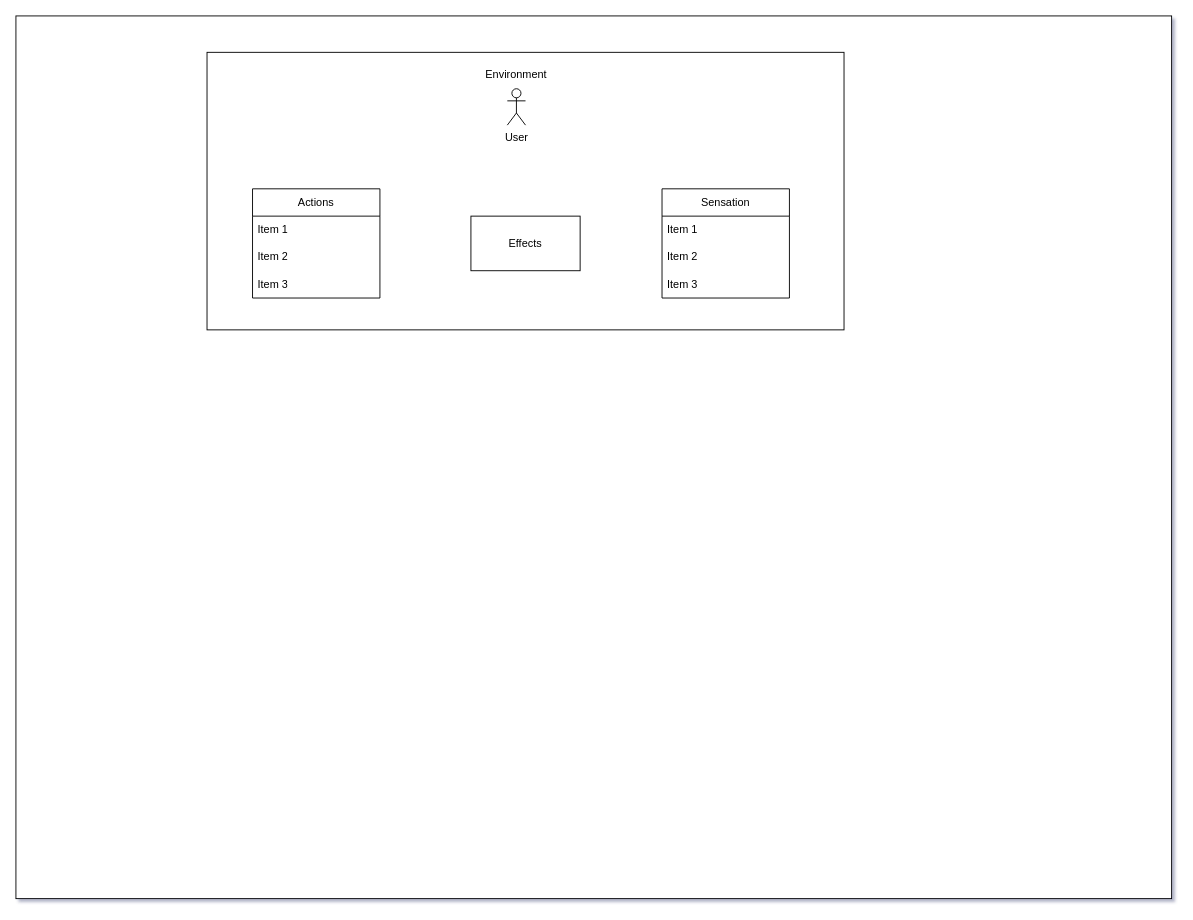
Earlier version of the draw.io diagram Диаграмма без названия.drawio (EmelyanovAlexey/Artificial_intelligence). Source tidied: cells renumbered, new cells numbered last; positions are measured from the earlier drawing's top-left corner, leaving out a move shared by most shapes. Both pictures are drawn from the tidied source at 91%, with x=0, y=0 at pixel (15, 15).
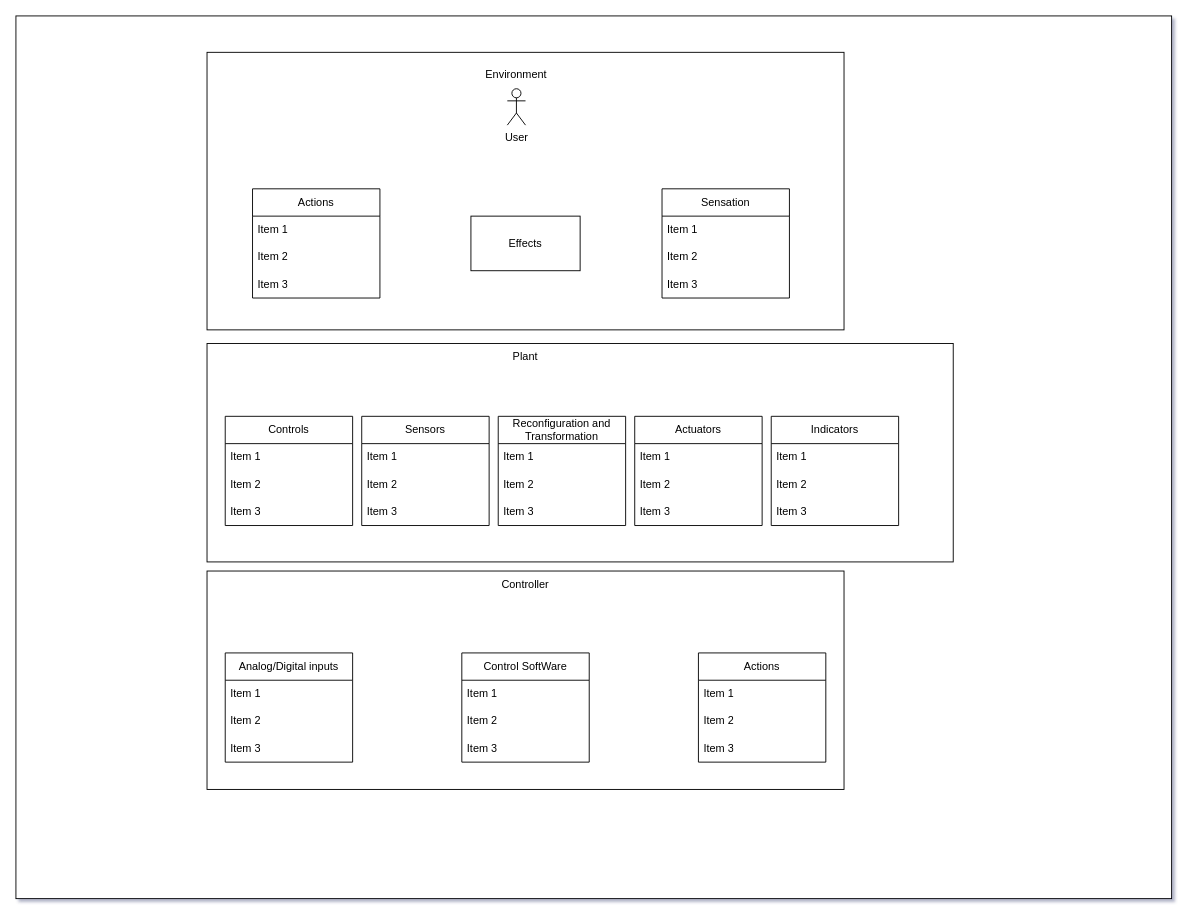
The same page after the edit.

What changed in the source:
```diff
@@
+    <mxCell id="15" style="rounded=0;whiteSpace=wrap;html=1;" parent="1" vertex="1">
+      <mxGeometry x="210" y="360" width="820" height="240" as="geometry" />
+    </mxCell>
+    <mxCell id="16" style="rounded=0;whiteSpace=wrap;html=1;" parent="1" vertex="1">
+      <mxGeometry x="210" y="610" width="700" height="240" as="geometry" />
+    </mxCell>
+    <mxCell id="17" value="Plant" style="text;html=1;align=center;verticalAlign=middle;whiteSpace=wrap;rounded=0;" parent="1" vertex="1">
+      <mxGeometry x="530" y="360" width="60" height="30" as="geometry" />
+    </mxCell>
+    <mxCell id="18" value="Controller" style="text;html=1;align=center;verticalAlign=middle;whiteSpace=wrap;rounded=0;" parent="1" vertex="1">
+      <mxGeometry x="530" y="610" width="60" height="30" as="geometry" />
+    </mxCell>
+    <mxCell id="19" value="Controls" style="swimlane;fontStyle=0;horizontal=1;startSize=30;whiteSpace=wrap;html=1;" parent="1" vertex="1">
+      <mxGeometry x="230" y="440" width="140" height="120" as="geometry" />
+    </mxCell>
+    <mxCell id="20" value="Item 1" style="text;strokeColor=none;fillColor=none;align=left;verticalAlign=middle;spacingLeft=4;spacingRight=4;overflow=hidden;whiteSpace=wrap;html=1;" parent="19" vertex="1">
+      <mxGeometry y="30" width="140" height="30" as="geometry" />
+    </mxCell>
+    <mxCell id="21" value="Item 2" style="text;strokeColor=none;fillColor=none;align=left;verticalAlign=middle;spacingLeft=4;spacingRight=4;overflow=hidden;whiteSpace=wrap;html=1;" parent="19" vertex="1">
+      <mxGeometry y="60" width="140" height="30" as="geometry" />
+    </mxCell>
+    <mxCell id="22" value="Item 3" style="text;strokeColor=none;fillColor=none;align=left;verticalAlign=middle;spacingLeft=4;spacingRight=4;overflow=hidden;whiteSpace=wrap;html=1;" parent="19" vertex="1">
+      <mxGeometry y="90" width="140" height="30" as="geometry" />
+    </mxCell>
+    <mxCell id="23" value="Sensors" style="swimlane;fontStyle=0;horizontal=1;startSize=30;whiteSpace=wrap;html=1;" parent="1" vertex="1">
+      <mxGeometry x="380" y="440" width="140" height="120" as="geometry" />
+    </mxCell>
+    <mxCell id="24" value="Item 1" style="text;strokeColor=none;fillColor=none;align=left;verticalAlign=middle;spacingLeft=4;spacingRight=4;overflow=hidden;whiteSpace=wrap;html=1;" parent="23" vertex="1">
+      <mxGeometry y="30" width="140" height="30" as="geometry" />
+    </mxCell>
+    <mxCell id="25" value="Item 2" style="text;strokeColor=none;fillColor=none;align=left;verticalAlign=middle;spacingLeft=4;spacingRight=4;overflow=hidden;whiteSpace=wrap;html=1;" parent="23" vertex="1">
+      <mxGeometry y="60" width="140" height="30" as="geometry" />
+    </mxCell>
+    <mxCell id="26" value="Item 3" style="text;strokeColor=none;fillColor=none;align=left;verticalAlign=middle;spacingLeft=4;spacingRight=4;overflow=hidden;whiteSpace=wrap;html=1;" parent="23" vertex="1">
+      <mxGeometry y="90" width="140" height="30" as="geometry" />
+    </mxCell>
+    <mxCell id="27" value="Reconfiguration and&lt;br&gt;Transformation" style="swimlane;fontStyle=0;horizontal=1;startSize=30;whiteSpace=wrap;html=1;" parent="1" vertex="1">
+      <mxGeometry x="530" y="440" width="140" height="120" as="geometry" />
+    </mxCell>
+    <mxCell id="28" value="Item 1" style="text;strokeColor=none;fillColor=none;align=left;verticalAlign=middle;spacingLeft=4;spacingRight=4;overflow=hidden;whiteSpace=wrap;html=1;" parent="27" vertex="1">
+      <mxGeometry y="30" width="140" height="30" as="geometry" />
+    </mxCell>
+    <mxCell id="29" value="Item 2" style="text;strokeColor=none;fillColor=none;align=left;verticalAlign=middle;spacingLeft=4;spacingRight=4;overflow=hidden;whiteSpace=wrap;html=1;" parent="27" vertex="1">
+      <mxGeometry y="60" width="140" height="30" as="geometry" />
+    </mxCell>
+    <mxCell id="30" value="Item 3" style="text;strokeColor=none;fillColor=none;align=left;verticalAlign=middle;spacingLeft=4;spacingRight=4;overflow=hidden;whiteSpace=wrap;html=1;" parent="27" vertex="1">
+      <mxGeometry y="90" width="140" height="30" as="geometry" />
+    </mxCell>
+    <mxCell id="31" value="Actuators" style="swimlane;fontStyle=0;horizontal=1;startSize=30;whiteSpace=wrap;html=1;" parent="1" vertex="1">
+      <mxGeometry x="680" y="440" width="140" height="120" as="geometry" />
+    </mxCell>
+    <mxCell id="32" value="Item 1" style="text;strokeColor=none;fillColor=none;align=left;verticalAlign=middle;spacingLeft=4;spacingRight=4;overflow=hidden;whiteSpace=wrap;html=1;" parent="31" vertex="1">
+      <mxGeometry y="30" width="140" height="30" as="geometry" />
+    </mxCell>
+    <mxCell id="33" value="Item 2" style="text;strokeColor=none;fillColor=none;align=left;verticalAlign=middle;spacingLeft=4;spacingRight=4;overflow=hidden;whiteSpace=wrap;html=1;" parent="31" vertex="1">
+      <mxGeometry y="60" width="140" height="30" as="geometry" />
+    </mxCell>
+    <mxCell id="34" value="Item 3" style="text;strokeColor=none;fillColor=none;align=left;verticalAlign=middle;spacingLeft=4;spacingRight=4;overflow=hidden;whiteSpace=wrap;html=1;" parent="31" vertex="1">
+      <mxGeometry y="90" width="140" height="30" as="geometry" />
+    </mxCell>
+    <mxCell id="35" value="Analog/Digital inputs" style="swimlane;fontStyle=0;horizontal=1;startSize=30;whiteSpace=wrap;html=1;" parent="1" vertex="1">
+      <mxGeometry x="230" y="700" width="140" height="120" as="geometry" />
+    </mxCell>
+    <mxCell id="36" value="Item 1" style="text;strokeColor=none;fillColor=none;align=left;verticalAlign=middle;spacingLeft=4;spacingRight=4;overflow=hidden;whiteSpace=wrap;html=1;" parent="35" vertex="1">
+      <mxGeometry y="30" width="140" height="30" as="geometry" />
+    </mxCell>
+    <mxCell id="37" value="Item 2" style="text;strokeColor=none;fillColor=none;align=left;verticalAlign=middle;spacingLeft=4;spacingRight=4;overflow=hidden;whiteSpace=wrap;html=1;" parent="35" vertex="1">
+      <mxGeometry y="60" width="140" height="30" as="geometry" />
+    </mxCell>
+    <mxCell id="38" value="Item 3" style="text;strokeColor=none;fillColor=none;align=left;verticalAlign=middle;spacingLeft=4;spacingRight=4;overflow=hidden;whiteSpace=wrap;html=1;" parent="35" vertex="1">
+      <mxGeometry y="90" width="140" height="30" as="geometry" />
+    </mxCell>
+    <mxCell id="39" value="Control SoftWare" style="swimlane;fontStyle=0;horizontal=1;startSize=30;whiteSpace=wrap;html=1;" parent="1" vertex="1">
+      <mxGeometry x="490" y="700" width="140" height="120" as="geometry" />
+    </mxCell>
+    <mxCell id="40" value="Item 1" style="text;strokeColor=none;fillColor=none;align=left;verticalAlign=middle;spacingLeft=4;spacingRight=4;overflow=hidden;whiteSpace=wrap;html=1;" parent="39" vertex="1">
+      <mxGeometry y="30" width="140" height="30" as="geometry" />
+    </mxCell>
+    <mxCell id="41" value="Item 2" style="text;strokeColor=none;fillColor=none;align=left;verticalAlign=middle;spacingLeft=4;spacingRight=4;overflow=hidden;whiteSpace=wrap;html=1;" parent="39" vertex="1">
+      <mxGeometry y="60" width="140" height="30" as="geometry" />
+    </mxCell>
+    <mxCell id="42" value="Item 3" style="text;strokeColor=none;fillColor=none;align=left;verticalAlign=middle;spacingLeft=4;spacingRight=4;overflow=hidden;whiteSpace=wrap;html=1;" parent="39" vertex="1">
+      <mxGeometry y="90" width="140" height="30" as="geometry" />
+    </mxCell>
+    <mxCell id="43" value="Actions" style="swimlane;fontStyle=0;horizontal=1;startSize=30;whiteSpace=wrap;html=1;" parent="1" vertex="1">
+      <mxGeometry x="750" y="700" width="140" height="120" as="geometry" />
+    </mxCell>
+    <mxCell id="44" value="Item 1" style="text;strokeColor=none;fillColor=none;align=left;verticalAlign=middle;spacingLeft=4;spacingRight=4;overflow=hidden;whiteSpace=wrap;html=1;" parent="43" vertex="1">
+      <mxGeometry y="30" width="140" height="30" as="geometry" />
+    </mxCell>
+    <mxCell id="45" value="Item 2" style="text;strokeColor=none;fillColor=none;align=left;verticalAlign=middle;spacingLeft=4;spacingRight=4;overflow=hidden;whiteSpace=wrap;html=1;" parent="43" vertex="1">
+      <mxGeometry y="60" width="140" height="30" as="geometry" />
+    </mxCell>
+    <mxCell id="46" value="Item 3" style="text;strokeColor=none;fillColor=none;align=left;verticalAlign=middle;spacingLeft=4;spacingRight=4;overflow=hidden;whiteSpace=wrap;html=1;" parent="43" vertex="1">
+      <mxGeometry y="90" width="140" height="30" as="geometry" />
+    </mxCell>
+    <mxCell id="47" value="Indicators" style="swimlane;fontStyle=0;horizontal=1;startSize=30;whiteSpace=wrap;html=1;" parent="1" vertex="1">
+      <mxGeometry x="830" y="440" width="140" height="120" as="geometry" />
+    </mxCell>
+    <mxCell id="48" value="Item 1" style="text;strokeColor=none;fillColor=none;align=left;verticalAlign=middle;spacingLeft=4;spacingRight=4;overflow=hidden;whiteSpace=wrap;html=1;" parent="47" vertex="1">
+      <mxGeometry y="30" width="140" height="30" as="geometry" />
+    </mxCell>
+    <mxCell id="49" value="Item 2" style="text;strokeColor=none;fillColor=none;align=left;verticalAlign=middle;spacingLeft=4;spacingRight=4;overflow=hidden;whiteSpace=wrap;html=1;" parent="47" vertex="1">
+      <mxGeometry y="60" width="140" height="30" as="geometry" />
+    </mxCell>
+    <mxCell id="50" value="Item 3" style="text;strokeColor=none;fillColor=none;align=left;verticalAlign=middle;spacingLeft=4;spacingRight=4;overflow=hidden;whiteSpace=wrap;html=1;" parent="47" vertex="1">
+      <mxGeometry y="90" width="140" height="30" as="geometry" />
+    </mxCell>
```
